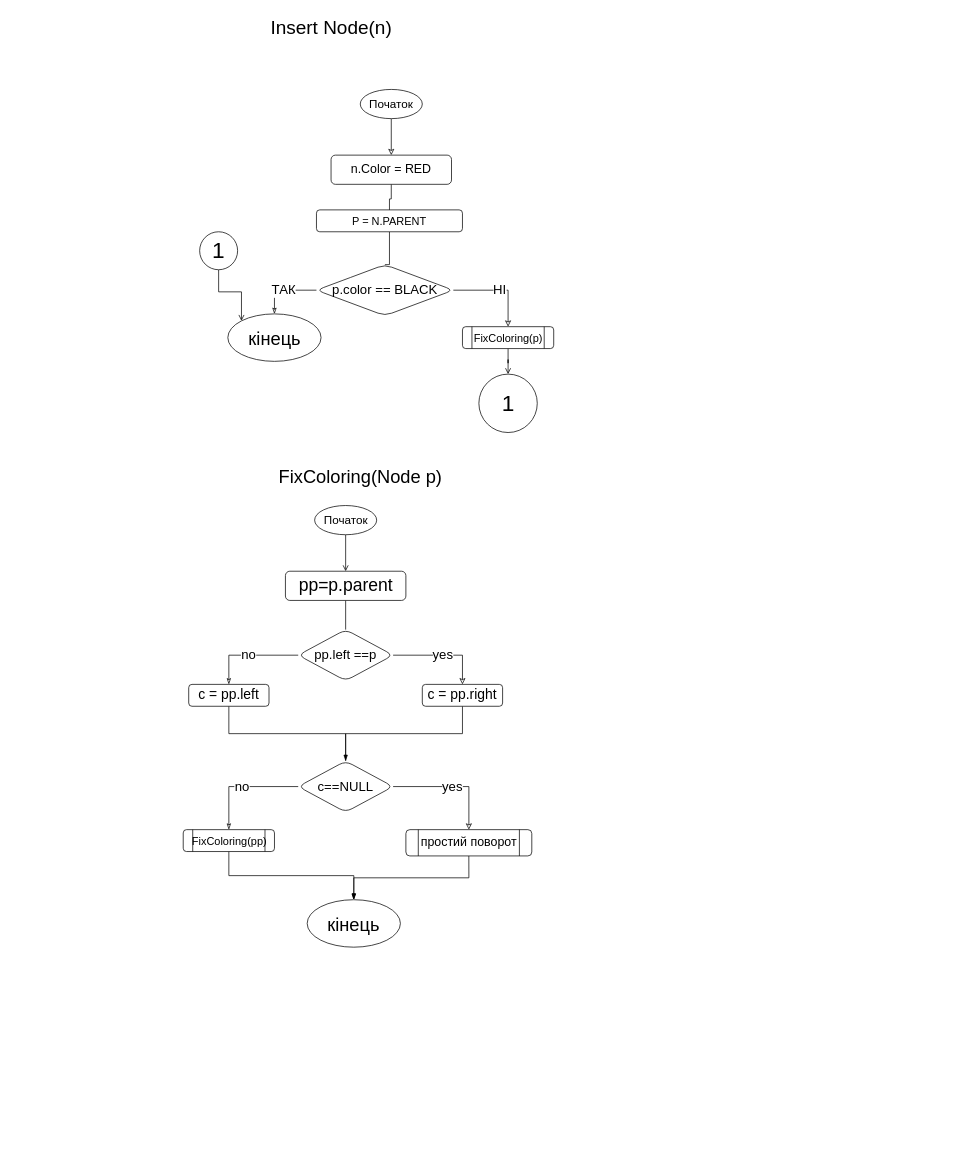
Earlier version of the draw.io diagram laba8.drawio (IKatiaI/ads-nahorna-kp13). Source tidied: cells renumbered, new cells numbered last; positions are measured from the earlier drawing's top-left corner, leaving out a move shared by most shapes. Both pictures are drawn from the tidied source at 73%, with x=0, y=0 at pixel (182, 12).
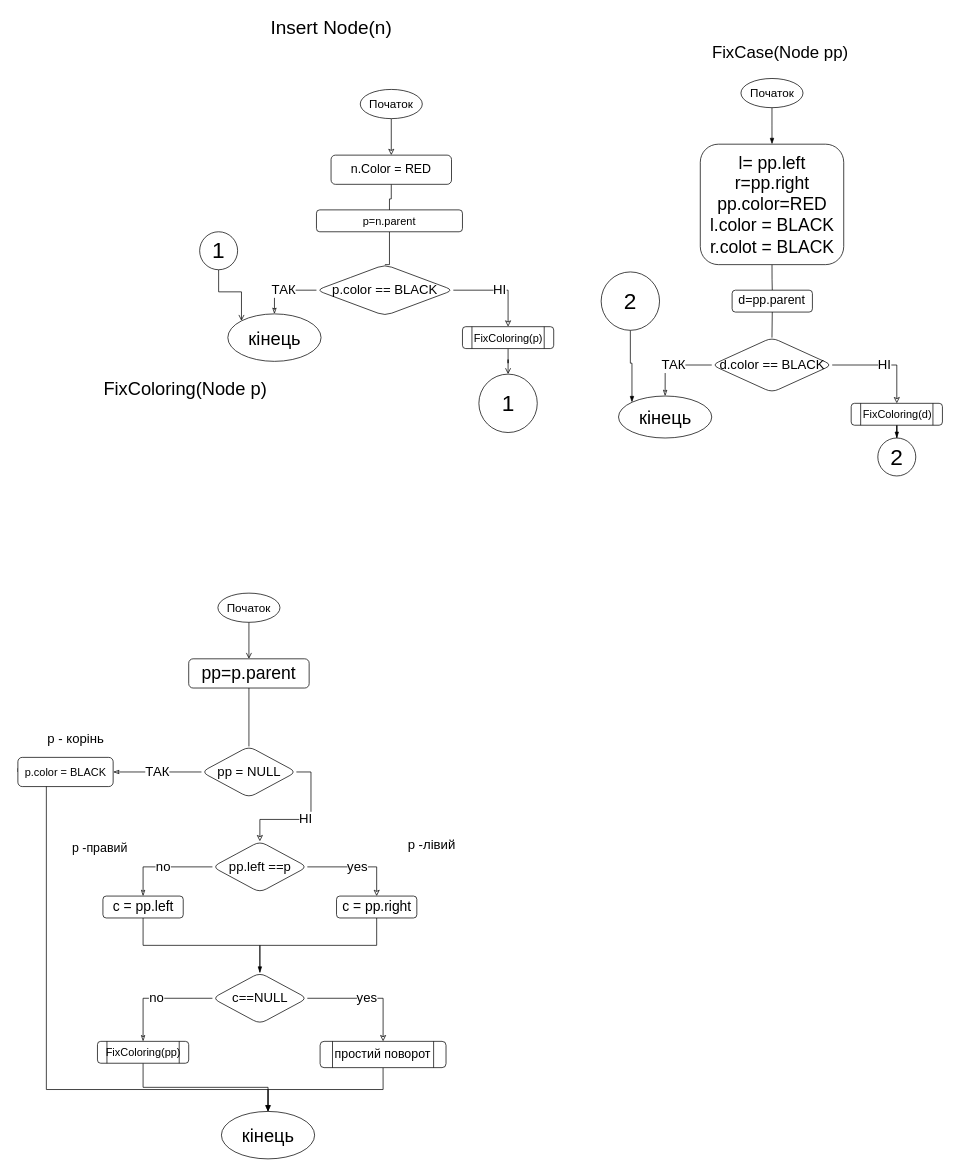
Above is the later version.

The edit, as a diff of the source:
```diff
@@
-    <mxCell id="8" value="P = N.PARENT" style="rounded=1;whiteSpace=wrap;html=1;fontSize=15;" parent="1" vertex="1">
+    <mxCell id="8" value="p=n.parent" style="rounded=1;whiteSpace=wrap;html=1;fontSize=15;" parent="1" vertex="1">
       <mxGeometry x="183" y="270" width="200" height="30" as="geometry" />
     </mxCell>
@@
     <mxCell id="18" value="&lt;span style=&quot;font-size: 25px;&quot;&gt;FixColoring(Node p)&lt;/span&gt;" style="text;html=1;align=center;verticalAlign=middle;strokeColor=none;fillColor=none;fontSize=24;" parent="1" vertex="1">
-      <mxGeometry x="118" y="615" width="250" height="40" as="geometry" />
+      <mxGeometry x="-122" y="495" width="250" height="40" as="geometry" />
     </mxCell>
@@
     <mxCell id="20" value="Початок" style="ellipse;whiteSpace=wrap;html=1;fontSize=16;strokeWidth=1;" parent="1" vertex="1">
-      <mxGeometry x="180.5" y="675" width="85" height="40" as="geometry" />
+      <mxGeometry x="48" y="795" width="85" height="40" as="geometry" />
     </mxCell>
-    <mxCell id="21" style="edgeStyle=orthogonalEdgeStyle;rounded=0;jettySize=auto;html=1;exitX=0.5;exitY=1;exitDx=0;exitDy=0;fontSize=26;endArrow=none;endFill=0;entryX=0.5;entryY=0;entryDx=0;entryDy=0;" parent="1" edge="1" source="22" target="25">
-      <mxGeometry relative="1" as="geometry" />
-    </mxCell>
+    <mxCell id="38" style="edgeStyle=orthogonalEdgeStyle;rounded=0;jettySize=auto;html=1;exitX=0.5;exitY=1;exitDx=0;exitDy=0;fontSize=18;endArrow=none;endFill=0;entryX=0.5;entryY=0;entryDx=0;entryDy=0;" parent="1" edge="1" source="22" target="59">
+      <mxGeometry relative="1" as="geometry" />
+    </mxCell>
     <mxCell id="22" value="pp=p.parent" style="rounded=1;whiteSpace=wrap;html=1;sketch=0;fontSize=24;" parent="1" vertex="1">
-      <mxGeometry x="140.5" y="765" width="165" height="40" as="geometry" />
+      <mxGeometry x="8" y="885" width="165" height="40" as="geometry" />
     </mxCell>
@@
     <mxCell id="25" value="pp.left ==p" style="rhombus;whiteSpace=wrap;html=1;rounded=1;sketch=0;fontFamily=Helvetica;fontSize=18;fontColor=default;strokeColor=default;fillColor=default;" parent="1" vertex="1">
-      <mxGeometry x="158" y="845" width="130" height="70" as="geometry" />
+      <mxGeometry x="40.5" y="1135" width="130" height="70" as="geometry" />
     </mxCell>
@@
     <mxCell id="27" value="c = pp.left" style="rounded=1;whiteSpace=wrap;html=1;fontSize=19;" parent="1" vertex="1">
-      <mxGeometry x="8" y="920" width="110" height="30" as="geometry" />
+      <mxGeometry x="-109.5" y="1210" width="110" height="30" as="geometry" />
     </mxCell>
@@
     <mxCell id="29" value="&lt;span style=&quot;font-size: 19px;&quot;&gt;c = pp.right&lt;/span&gt;" style="rounded=1;whiteSpace=wrap;html=1;fontSize=11;" parent="1" vertex="1">
-      <mxGeometry x="328" y="920" width="110" height="30" as="geometry" />
+      <mxGeometry x="210.5" y="1210" width="110" height="30" as="geometry" />
     </mxCell>
@@
     <mxCell id="32" value="c==NULL" style="rhombus;whiteSpace=wrap;html=1;rounded=1;sketch=0;fontFamily=Helvetica;fontSize=18;fontColor=default;strokeColor=default;fillColor=default;" parent="1" vertex="1">
-      <mxGeometry x="158" y="1025" width="130" height="70" as="geometry" />
+      <mxGeometry x="40.5" y="1315" width="130" height="70" as="geometry" />
     </mxCell>
@@
     <mxCell id="34" value="FixColoring(pp)" style="shape=process;whiteSpace=wrap;html=1;backgroundOutline=1;fontSize=15;rounded=1;" parent="1" vertex="1">
-      <mxGeometry x="0.5" y="1119" width="125" height="30" as="geometry" />
+      <mxGeometry x="-117" y="1409" width="125" height="30" as="geometry" />
     </mxCell>
@@
     <mxCell id="36" value="простий поворот" style="shape=process;whiteSpace=wrap;html=1;backgroundOutline=1;fontSize=17;rounded=1;" parent="1" vertex="1">
-      <mxGeometry x="305.5" y="1119" width="172.5" height="36" as="geometry" />
+      <mxGeometry x="188" y="1409" width="172.5" height="36" as="geometry" />
     </mxCell>
     <mxCell id="37" value="&lt;font style=&quot;font-size: 25px&quot;&gt;кінець&lt;/font&gt;" style="ellipse;whiteSpace=wrap;html=1;rounded=1;sketch=0;fontSize=12;fontFamily=Helvetica;fontColor=default;strokeColor=default;fillColor=default;" parent="1" vertex="1">
-      <mxGeometry x="170.3" y="1215" width="127.7" height="65" as="geometry" />
+      <mxGeometry x="52.8" y="1505" width="127.7" height="65" as="geometry" />
     </mxCell>
+    <mxCell id="39" style="edgeStyle=orthogonalEdgeStyle;rounded=0;jettySize=auto;html=1;exitX=0.5;exitY=1;exitDx=0;exitDy=0;fontSize=24;entryX=0.5;entryY=0;entryDx=0;entryDy=0;endArrow=blockThin;endFill=1;" parent="1" edge="1" source="40" target="42">
+      <mxGeometry relative="1" as="geometry" />
+    </mxCell>
+    <mxCell id="40" value="Початок" style="ellipse;whiteSpace=wrap;html=1;fontSize=16;strokeWidth=1;" parent="1" vertex="1">
+      <mxGeometry x="764.5" y="90" width="85" height="40" as="geometry" />
+    </mxCell>
+    <mxCell id="41" style="edgeStyle=orthogonalEdgeStyle;rounded=0;jettySize=auto;html=1;exitX=0.5;exitY=1;exitDx=0;exitDy=0;fontSize=23;endArrow=none;endFill=0;" parent="1" edge="1" source="42" target="45">
+      <mxGeometry relative="1" as="geometry" />
+    </mxCell>
+    <mxCell id="42" value="l= pp.left&lt;br&gt;r=pp.right&lt;br&gt;pp.color=RED&lt;br&gt;l.color = BLACK&lt;br&gt;r.colot = BLACK" style="rounded=1;whiteSpace=wrap;html=1;sketch=0;fontSize=24;" parent="1" vertex="1">
+      <mxGeometry x="708.8" y="180" width="196.5" height="165" as="geometry" />
+    </mxCell>
+    <mxCell id="43" value="&lt;span style=&quot;font-size: 23px;&quot;&gt;FixCase(Node pp)&lt;/span&gt;" style="text;html=1;align=center;verticalAlign=middle;strokeColor=none;fillColor=none;fontSize=23;" parent="1" vertex="1">
+      <mxGeometry x="713" y="35" width="210" height="40" as="geometry" />
+    </mxCell>
+    <mxCell id="44" style="edgeStyle=orthogonalEdgeStyle;rounded=0;jettySize=auto;html=1;exitX=0.5;exitY=1;exitDx=0;exitDy=0;fontSize=17;endArrow=none;endFill=0;entryX=0.5;entryY=0;entryDx=0;entryDy=0;" parent="1" edge="1" source="45" target="48">
+      <mxGeometry relative="1" as="geometry" />
+    </mxCell>
+    <mxCell id="45" value="d=pp.parent" style="rounded=1;whiteSpace=wrap;html=1;fontSize=17;" parent="1" vertex="1">
+      <mxGeometry x="752.4" y="380" width="110" height="30" as="geometry" />
+    </mxCell>
+    <mxCell id="46" value="ТАК" style="edgeStyle=orthogonalEdgeStyle;rounded=0;jettySize=auto;html=1;exitX=0;exitY=0.5;exitDx=0;exitDy=0;fontFamily=Helvetica;fontSize=18;fontColor=default;endArrow=classicThin;endFill=0;strokeWidth=1;" parent="1" edge="1" source="48" target="49">
+      <mxGeometry relative="1" as="geometry" />
+    </mxCell>
+    <mxCell id="47" value="НІ" style="edgeStyle=orthogonalEdgeStyle;rounded=0;jettySize=auto;html=1;exitX=1;exitY=0.5;exitDx=0;exitDy=0;fontFamily=Helvetica;fontSize=18;fontColor=default;endArrow=classic;endFill=0;strokeWidth=1;" parent="1" edge="1" source="48" target="51">
+      <mxGeometry relative="1" as="geometry" />
+    </mxCell>
+    <mxCell id="48" value="d.color == BLACK" style="rhombus;whiteSpace=wrap;html=1;rounded=1;sketch=0;fontFamily=Helvetica;fontSize=18;fontColor=default;strokeColor=default;fillColor=default;" parent="1" vertex="1">
+      <mxGeometry x="724.5" y="445" width="165" height="75" as="geometry" />
+    </mxCell>
+    <mxCell id="49" value="&lt;font style=&quot;font-size: 25px&quot;&gt;кінець&lt;/font&gt;" style="ellipse;whiteSpace=wrap;html=1;rounded=1;sketch=0;fontSize=12;fontFamily=Helvetica;fontColor=default;strokeColor=default;fillColor=default;" parent="1" vertex="1">
+      <mxGeometry x="596.8" y="525" width="127.7" height="57.5" as="geometry" />
+    </mxCell>
+    <mxCell id="50" style="edgeStyle=orthogonalEdgeStyle;rounded=0;jettySize=auto;html=1;exitX=0.5;exitY=1;exitDx=0;exitDy=0;fontSize=15;endArrow=blockThin;endFill=1;" parent="1" edge="1" source="51" target="52">
+      <mxGeometry relative="1" as="geometry" />
+    </mxCell>
+    <mxCell id="51" value="FixColoring(d)" style="shape=process;whiteSpace=wrap;html=1;backgroundOutline=1;fontSize=15;rounded=1;" parent="1" vertex="1">
+      <mxGeometry x="915.5" y="535" width="125" height="30" as="geometry" />
+    </mxCell>
+    <mxCell id="52" value="&lt;font style=&quot;font-size: 31px&quot;&gt;2&lt;/font&gt;" style="ellipse;whiteSpace=wrap;html=1;rounded=1;sketch=0;fontFamily=Helvetica;fontSize=16;fontColor=default;strokeColor=default;fillColor=default;" parent="1" vertex="1">
+      <mxGeometry x="952" y="582.5" width="52" height="52" as="geometry" />
+    </mxCell>
+    <mxCell id="53" style="edgeStyle=orthogonalEdgeStyle;rounded=0;jettySize=auto;html=1;exitX=0.5;exitY=1;exitDx=0;exitDy=0;entryX=0;entryY=0;entryDx=0;entryDy=0;fontSize=15;endArrow=blockThin;endFill=1;" parent="1" edge="1" source="54" target="49">
+      <mxGeometry relative="1" as="geometry" />
+    </mxCell>
+    <mxCell id="54" value="&lt;font style=&quot;font-size: 31px&quot;&gt;2&lt;/font&gt;" style="ellipse;whiteSpace=wrap;html=1;rounded=1;sketch=0;fontFamily=Helvetica;fontSize=16;fontColor=default;strokeColor=default;fillColor=default;" parent="1" vertex="1">
+      <mxGeometry x="573" y="355" width="80" height="80" as="geometry" />
+    </mxCell>
+    <mxCell id="55" value="p -правий" style="text;html=1;align=center;verticalAlign=middle;strokeColor=none;fillColor=none;fontSize=17;" parent="1" vertex="1">
+      <mxGeometry x="-164.5" y="1130" width="100" height="30" as="geometry" />
+    </mxCell>
+    <mxCell id="56" value="p -лівий&lt;span style=&quot;white-space: pre; font-size: 18px;&quot;&gt; &lt;/span&gt;" style="text;html=1;align=center;verticalAlign=middle;strokeColor=none;fillColor=none;fontSize=18;" parent="1" vertex="1">
+      <mxGeometry x="293" y="1120" width="100" height="40" as="geometry" />
+    </mxCell>
+    <mxCell id="57" value="ТАК" style="edgeStyle=orthogonalEdgeStyle;rounded=0;jettySize=auto;html=1;exitX=0;exitY=0.5;exitDx=0;exitDy=0;fontFamily=Helvetica;fontSize=18;fontColor=default;endArrow=classicThin;endFill=0;strokeWidth=1;" parent="1" edge="1" source="59" target="61">
+      <mxGeometry relative="1" as="geometry" />
+    </mxCell>
+    <mxCell id="58" value="НІ" style="edgeStyle=orthogonalEdgeStyle;rounded=0;jettySize=auto;html=1;exitX=1;exitY=0.5;exitDx=0;exitDy=0;fontFamily=Helvetica;fontSize=18;fontColor=default;endArrow=classic;endFill=0;strokeWidth=1;entryX=0.5;entryY=0;entryDx=0;entryDy=0;" parent="1" edge="1" source="59" target="25">
+      <mxGeometry relative="1" as="geometry" />
+    </mxCell>
+    <mxCell id="59" value="pp = NULL" style="rhombus;whiteSpace=wrap;html=1;rounded=1;sketch=0;fontFamily=Helvetica;fontSize=18;fontColor=default;strokeColor=default;fillColor=default;" parent="1" vertex="1">
+      <mxGeometry x="25.5" y="1005" width="130" height="70" as="geometry" />
+    </mxCell>
+    <mxCell id="60" style="edgeStyle=orthogonalEdgeStyle;rounded=0;jettySize=auto;html=1;exitX=0;exitY=0.5;exitDx=0;exitDy=0;entryX=0.5;entryY=0;entryDx=0;entryDy=0;fontSize=18;endArrow=classic;endFill=0;" parent="1" edge="1" source="61" target="37">
+      <mxGeometry relative="1" as="geometry">
+        <Array as="points">
+          <mxPoint x="-187" y="1035" />
+          <mxPoint x="-187" y="1475" />
+          <mxPoint x="117" y="1475" />
+        </Array>
+      </mxGeometry>
+    </mxCell>
+    <mxCell id="61" value="p.color = BLACK" style="rounded=1;whiteSpace=wrap;html=1;fontSize=15;" parent="1" vertex="1">
+      <mxGeometry x="-226" y="1020" width="130.5" height="40" as="geometry" />
+    </mxCell>
+    <mxCell id="62" value="p - корінь" style="text;html=1;align=center;verticalAlign=middle;strokeColor=none;fillColor=none;fontSize=18;" parent="1" vertex="1">
+      <mxGeometry x="-197" y="975" width="100" height="40" as="geometry" />
+    </mxCell>
```
